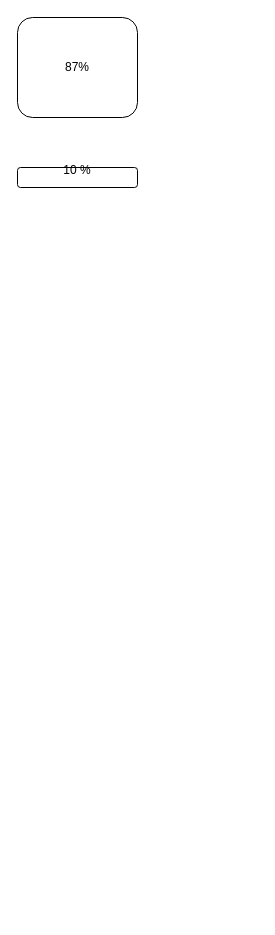
Above: page "Page-9" (9 of 9) of Workflow-Overview.drawio in tuankhoi2206/Draft-system-overview (draw.io), before the change. Source tidied: cells renumbered, new cells numbered last; positions are measured from the earlier drawing's top-left corner, leaving out a move shared by most shapes. Both pictures are drawn from the tidied source at 100%, with x=0, y=0 at pixel (17, 17).
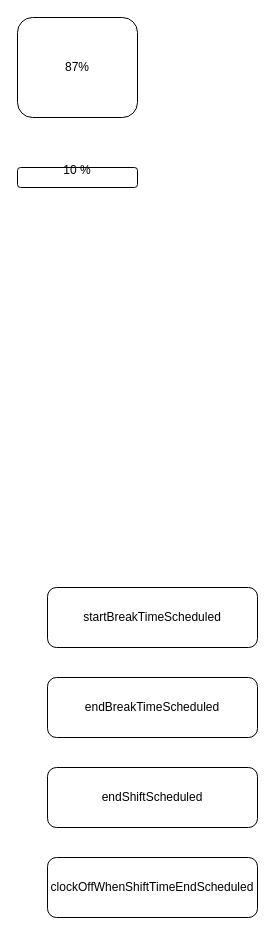
The same diagram, later.

What changed in the source:
```diff
@@
 <mxGraphModel>
   <root>
     <mxCell id="0" />
     <mxCell id="1" parent="0" />
     <mxCell id="2" value="10 %&lt;div&gt;&lt;br&gt;&lt;/div&gt;" style="rounded=1;whiteSpace=wrap;html=1;" parent="1" vertex="1">
       <mxGeometry y="150" width="120" height="20" as="geometry" />
     </mxCell>
     <mxCell id="3" value="87%" style="rounded=1;whiteSpace=wrap;html=1;" parent="1" vertex="1">
       <mxGeometry width="120" height="100" as="geometry" />
     </mxCell>
+    <mxCell id="4" value="startBreakTimeScheduled" style="rounded=1;whiteSpace=wrap;html=1;" parent="1" vertex="1">
+      <mxGeometry x="30" y="570" width="210" height="60" as="geometry" />
+    </mxCell>
+    <mxCell id="5" value="endShiftScheduled" style="rounded=1;whiteSpace=wrap;html=1;" parent="1" vertex="1">
+      <mxGeometry x="30" y="750" width="210" height="60" as="geometry" />
+    </mxCell>
+    <mxCell id="6" value="endBreakTimeScheduled" style="rounded=1;whiteSpace=wrap;html=1;" parent="1" vertex="1">
+      <mxGeometry x="30" y="660" width="210" height="60" as="geometry" />
+    </mxCell>
+    <mxCell id="7" value="clockOffWhenShiftTimeEndScheduled" style="rounded=1;whiteSpace=wrap;html=1;" parent="1" vertex="1">
+      <mxGeometry x="30" y="840" width="210" height="60" as="geometry" />
+    </mxCell>
   </root>
 </mxGraphModel>
```
